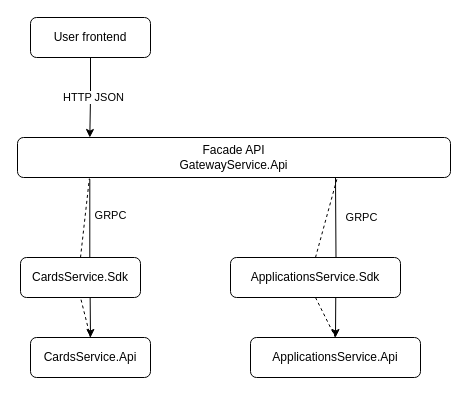
Before: docs/overall_architecture.drawio in Eternal-ll/dotnet-grpc-services-example, a draw.io diagram. Source tidied: cells renumbered, new cells numbered last; positions are measured from the earlier drawing's top-left corner, leaving out a move shared by most shapes. Both pictures are drawn from the tidied source at 100%, with x=0, y=0 at pixel (17, 17).
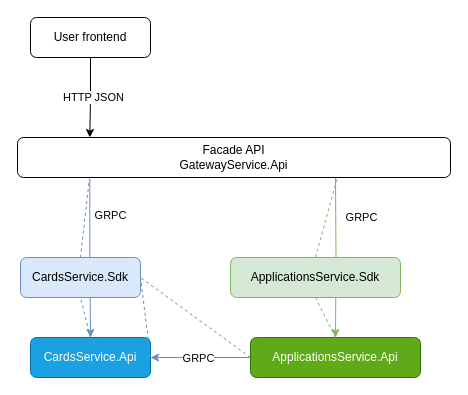
The same page after the edit.

Commit message (it also covers changes not shown here):
Обновил схемы архитектуры

The change refers to these unchanged cells:
```xml
<mxCell id="6" value="Facade API&lt;br&gt;GatewayService.Api" style="rounded=1;whiteSpace=wrap;html=1;" parent="1" vertex="1">
  <mxGeometry y="120" width="433" height="40" as="geometry" />
</mxCell>
```

Change to the diagram source:
```diff
@@
-    <mxCell id="2" style="edgeStyle=orthogonalEdgeStyle;rounded=0;jettySize=auto;html=1;entryX=0.5;entryY=0;entryDx=0;entryDy=0;exitX=0.167;exitY=1.041;exitDx=0;exitDy=0;exitPerimeter=0;" parent="1" edge="1" source="6" target="7">
+    <mxCell id="2" style="edgeStyle=orthogonalEdgeStyle;rounded=0;jettySize=auto;html=1;entryX=0.5;entryY=0;entryDx=0;entryDy=0;exitX=0.167;exitY=1.041;exitDx=0;exitDy=0;exitPerimeter=0;fillColor=#dae8fc;strokeColor=#6c8ebf;" parent="1" edge="1" source="6" target="7">
       <mxGeometry relative="1" as="geometry" />
     </mxCell>
@@
-    <mxCell id="4" style="edgeStyle=orthogonalEdgeStyle;rounded=0;jettySize=auto;html=1;entryX=0.5;entryY=0;entryDx=0;entryDy=0;" parent="1" edge="1" target="8">
+    <mxCell id="4" style="edgeStyle=orthogonalEdgeStyle;rounded=0;jettySize=auto;html=1;entryX=0.5;entryY=0;entryDx=0;entryDy=0;fillColor=#d5e8d4;strokeColor=#82b366;" parent="1" edge="1" target="8">
       <mxGeometry relative="1" as="geometry">
         <mxPoint x="318" y="160" as="sourcePoint" />
       </mxGeometry>
     </mxCell>
@@
-    <mxCell id="7" value="CardsService.Api" style="rounded=1;whiteSpace=wrap;html=1;" parent="1" vertex="1">
+    <mxCell id="7" value="CardsService.Api" style="rounded=1;whiteSpace=wrap;html=1;fillColor=#1ba1e2;fontColor=#ffffff;strokeColor=#006EAF;" parent="1" vertex="1">
       <mxGeometry x="13" y="320" width="120" height="40" as="geometry" />
     </mxCell>
+    <mxCell id="18" style="edgeStyle=orthogonalEdgeStyle;rounded=0;jettySize=auto;html=1;entryX=1;entryY=0.5;entryDx=0;entryDy=0;fillColor=#dae8fc;strokeColor=#6c8ebf;" parent="1" edge="1" source="8" target="7">
+      <mxGeometry relative="1" as="geometry" />
+    </mxCell>
+    <mxCell id="19" value="GRPC" style="edgeLabel;html=1;align=center;verticalAlign=middle;" parent="18" vertex="1">
+      <mxGeometry x="0.06" relative="1" as="geometry" />
+    </mxCell>
-    <mxCell id="8" value="ApplicationsService.Api" style="rounded=1;whiteSpace=wrap;html=1;" parent="1" vertex="1">
+    <mxCell id="8" value="ApplicationsService.Api" style="rounded=1;whiteSpace=wrap;html=1;fillColor=#60a917;fontColor=#ffffff;strokeColor=#2D7600;" parent="1" vertex="1">
       <mxGeometry x="233" y="320" width="170" height="40" as="geometry" />
     </mxCell>
@@
-    <mxCell id="12" value="CardsService.Sdk" style="rounded=1;whiteSpace=wrap;html=1;" parent="1" vertex="1">
+    <mxCell id="12" value="CardsService.Sdk" style="rounded=1;whiteSpace=wrap;html=1;fillColor=#dae8fc;strokeColor=#6c8ebf;" parent="1" vertex="1">
       <mxGeometry x="3" y="240" width="120" height="40" as="geometry" />
     </mxCell>
-    <mxCell id="13" style="endArrow=none;dashed=1;html=1;rounded=0;exitX=0.5;exitY=0;exitDx=0;exitDy=0;entryX=0.166;entryY=1.026;entryDx=0;entryDy=0;entryPerimeter=0;" parent="1" edge="1" source="12" target="6">
+    <mxCell id="13" style="endArrow=none;dashed=1;html=1;rounded=0;exitX=0.5;exitY=0;exitDx=0;exitDy=0;entryX=0.166;entryY=1.026;entryDx=0;entryDy=0;entryPerimeter=0;fillColor=#dae8fc;strokeColor=#6c8ebf;" parent="1" edge="1" source="12" target="6">
       <mxGeometry relative="1" as="geometry" />
     </mxCell>
-    <mxCell id="14" style="endArrow=none;dashed=1;html=1;rounded=0;entryX=0.5;entryY=1;entryDx=0;entryDy=0;exitX=0.5;exitY=0;exitDx=0;exitDy=0;" parent="1" edge="1" source="7" target="12">
+    <mxCell id="14" style="endArrow=none;dashed=1;html=1;rounded=0;entryX=0.5;entryY=1;entryDx=0;entryDy=0;exitX=0.5;exitY=0;exitDx=0;exitDy=0;fillColor=#dae8fc;strokeColor=#6c8ebf;" parent="1" edge="1" source="7" target="12">
       <mxGeometry relative="1" as="geometry" />
     </mxCell>
-    <mxCell id="15" style="endArrow=none;dashed=1;html=1;rounded=0;entryX=0.685;entryY=1.023;entryDx=0;entryDy=0;entryPerimeter=0;exitX=0.5;exitY=0;exitDx=0;exitDy=0;" parent="1" edge="1" source="17">
+    <mxCell id="15" style="endArrow=none;dashed=1;html=1;rounded=0;entryX=0.685;entryY=1.023;entryDx=0;entryDy=0;entryPerimeter=0;exitX=0.5;exitY=0;exitDx=0;exitDy=0;fillColor=#d5e8d4;strokeColor=#82b366;" parent="1" edge="1" source="17">
       <mxGeometry relative="1" as="geometry">
         <mxPoint x="319.6" y="160.9" as="targetPoint" />
       </mxGeometry>
     </mxCell>
-    <mxCell id="16" style="endArrow=none;dashed=1;html=1;rounded=0;entryX=0.5;entryY=0;entryDx=0;entryDy=0;exitX=0.5;exitY=1;exitDx=0;exitDy=0;" parent="1" edge="1" source="17" target="8">
+    <mxCell id="16" style="endArrow=none;dashed=1;html=1;rounded=0;entryX=0.5;entryY=0;entryDx=0;entryDy=0;exitX=0.5;exitY=1;exitDx=0;exitDy=0;fillColor=#d5e8d4;strokeColor=#82b366;" parent="1" edge="1" source="17" target="8">
       <mxGeometry relative="1" as="geometry" />
     </mxCell>
-    <mxCell id="17" value="ApplicationsService.Sdk" style="rounded=1;whiteSpace=wrap;html=1;" parent="1" vertex="1">
+    <mxCell id="17" value="ApplicationsService.Sdk" style="rounded=1;whiteSpace=wrap;html=1;fillColor=#d5e8d4;strokeColor=#82b366;" parent="1" vertex="1">
       <mxGeometry x="213" y="240" width="170" height="40" as="geometry" />
     </mxCell>
+    <mxCell id="20" style="endArrow=none;dashed=1;html=1;rounded=0;exitX=0;exitY=0.5;exitDx=0;exitDy=0;entryX=1;entryY=0.5;entryDx=0;entryDy=0;fillColor=#dae8fc;strokeColor=#6c8ebf;" parent="1" edge="1" source="8" target="12">
+      <mxGeometry relative="1" as="geometry" />
+    </mxCell>
+    <mxCell id="21" style="endArrow=none;dashed=1;html=1;rounded=0;exitX=1;exitY=0.5;exitDx=0;exitDy=0;entryX=1;entryY=0.5;entryDx=0;entryDy=0;fillColor=#dae8fc;strokeColor=#6c8ebf;" parent="1" edge="1" source="7" target="12">
+      <mxGeometry relative="1" as="geometry" />
+    </mxCell>
```
